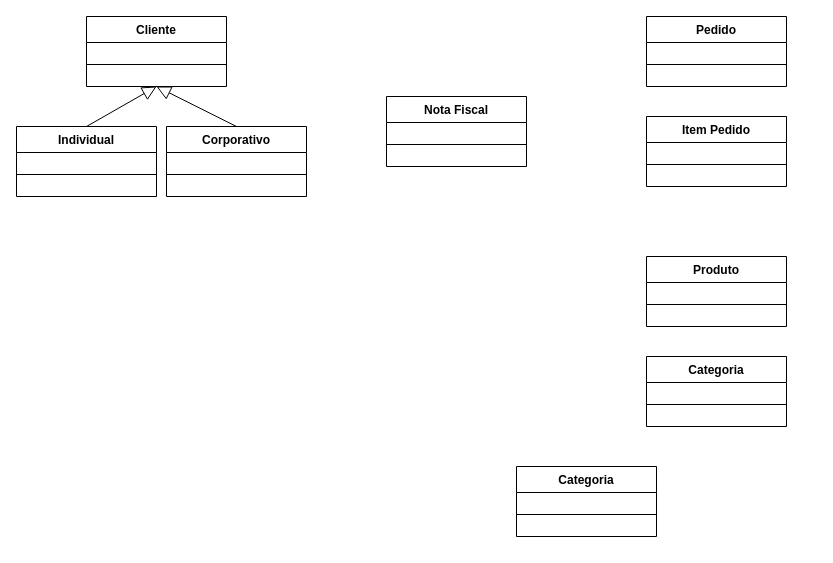
Above: TarefaENG-REQ.drawio in loui674/Diagramas-de-Caso-de-Uso (draw.io), before the change. Source tidied: cells renumbered, new cells numbered last; positions are measured from the earlier drawing's top-left corner, leaving out a move shared by most shapes. Both pictures are drawn from the tidied source at 100%, with x=0, y=0 at pixel (16, 16).
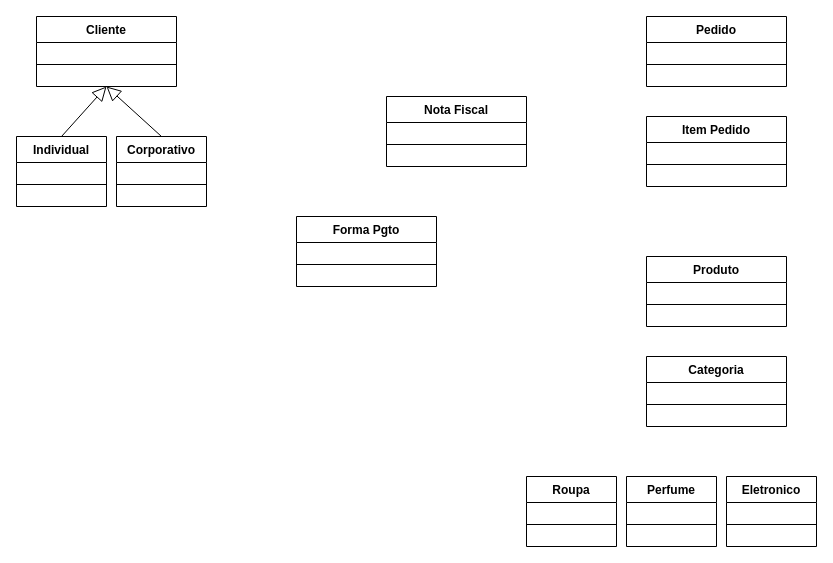
The same page after the edit.

Change to the diagram source:
```diff
@@
     <mxCell id="2" value="Cliente" style="swimlane;fontStyle=1;align=center;verticalAlign=top;horizontal=1;startSize=26;" parent="1" vertex="1">
-      <mxGeometry x="70" width="140" height="70" as="geometry" />
+      <mxGeometry x="20" width="140" height="70" as="geometry" />
     </mxCell>
@@
     <mxCell id="10" value="Individual" style="swimlane;fontStyle=1;align=center;verticalAlign=top;horizontal=1;startSize=26;" parent="1" vertex="1">
-      <mxGeometry y="110" width="140" height="70" as="geometry" />
+      <mxGeometry y="120" width="90" height="70" as="geometry" />
     </mxCell>
     <mxCell id="11" style="line;strokeWidth=1;fillColor=none;align=left;verticalAlign=middle;spacingTop=-1;spacingLeft=3;spacingRight=3;labelPosition=right;strokeColor=inherit;" parent="10" vertex="1">
-      <mxGeometry y="26" width="140" height="44" as="geometry" />
+      <mxGeometry y="26" width="90" height="44" as="geometry" />
     </mxCell>
     <mxCell id="12" value="Corporativo" style="swimlane;fontStyle=1;align=center;verticalAlign=top;horizontal=1;startSize=26;" parent="1" vertex="1">
-      <mxGeometry x="150" y="110" width="140" height="70" as="geometry" />
+      <mxGeometry x="100" y="120" width="90" height="70" as="geometry" />
     </mxCell>
     <mxCell id="13" style="line;strokeWidth=1;fillColor=none;align=left;verticalAlign=middle;spacingTop=-1;spacingLeft=3;spacingRight=3;labelPosition=right;strokeColor=inherit;" parent="12" vertex="1">
-      <mxGeometry y="26" width="140" height="44" as="geometry" />
+      <mxGeometry y="26" width="90" height="44" as="geometry" />
     </mxCell>
@@
-    <mxCell id="20" value="Categoria" style="swimlane;fontStyle=1;align=center;verticalAlign=top;horizontal=1;startSize=26;" parent="1" vertex="1">
-      <mxGeometry x="500" y="450" width="140" height="70" as="geometry" />
+    <mxCell id="20" value="Roupa" style="swimlane;fontStyle=1;align=center;verticalAlign=top;horizontal=1;startSize=26;" parent="1" vertex="1">
+      <mxGeometry x="510" y="460" width="90" height="70" as="geometry" />
     </mxCell>
     <mxCell id="21" style="line;strokeWidth=1;fillColor=none;align=left;verticalAlign=middle;spacingTop=-1;spacingLeft=3;spacingRight=3;labelPosition=right;strokeColor=inherit;" parent="20" vertex="1">
-      <mxGeometry y="26" width="140" height="44" as="geometry" />
+      <mxGeometry y="26" width="90" height="44" as="geometry" />
     </mxCell>
+    <mxCell id="22" value="Perfume" style="swimlane;fontStyle=1;align=center;verticalAlign=top;horizontal=1;startSize=26;" parent="1" vertex="1">
+      <mxGeometry x="610" y="460" width="90" height="70" as="geometry" />
+    </mxCell>
+    <mxCell id="23" style="line;strokeWidth=1;fillColor=none;align=left;verticalAlign=middle;spacingTop=-1;spacingLeft=3;spacingRight=3;labelPosition=right;strokeColor=inherit;" parent="22" vertex="1">
+      <mxGeometry y="26" width="90" height="44" as="geometry" />
+    </mxCell>
+    <mxCell id="24" value="Eletronico" style="swimlane;fontStyle=1;align=center;verticalAlign=top;horizontal=1;startSize=26;" parent="1" vertex="1">
+      <mxGeometry x="710" y="460" width="90" height="70" as="geometry" />
+    </mxCell>
+    <mxCell id="25" style="line;strokeWidth=1;fillColor=none;align=left;verticalAlign=middle;spacingTop=-1;spacingLeft=3;spacingRight=3;labelPosition=right;strokeColor=inherit;" parent="24" vertex="1">
+      <mxGeometry y="26" width="90" height="44" as="geometry" />
+    </mxCell>
+    <mxCell id="26" value="Forma Pgto" style="swimlane;fontStyle=1;align=center;verticalAlign=top;horizontal=1;startSize=26;" parent="1" vertex="1">
+      <mxGeometry x="280" y="200" width="140" height="70" as="geometry" />
+    </mxCell>
+    <mxCell id="27" style="line;strokeWidth=1;fillColor=none;align=left;verticalAlign=middle;spacingTop=-1;spacingLeft=3;spacingRight=3;labelPosition=right;strokeColor=inherit;" parent="26" vertex="1">
+      <mxGeometry y="26" width="140" height="44" as="geometry" />
+    </mxCell>
```
